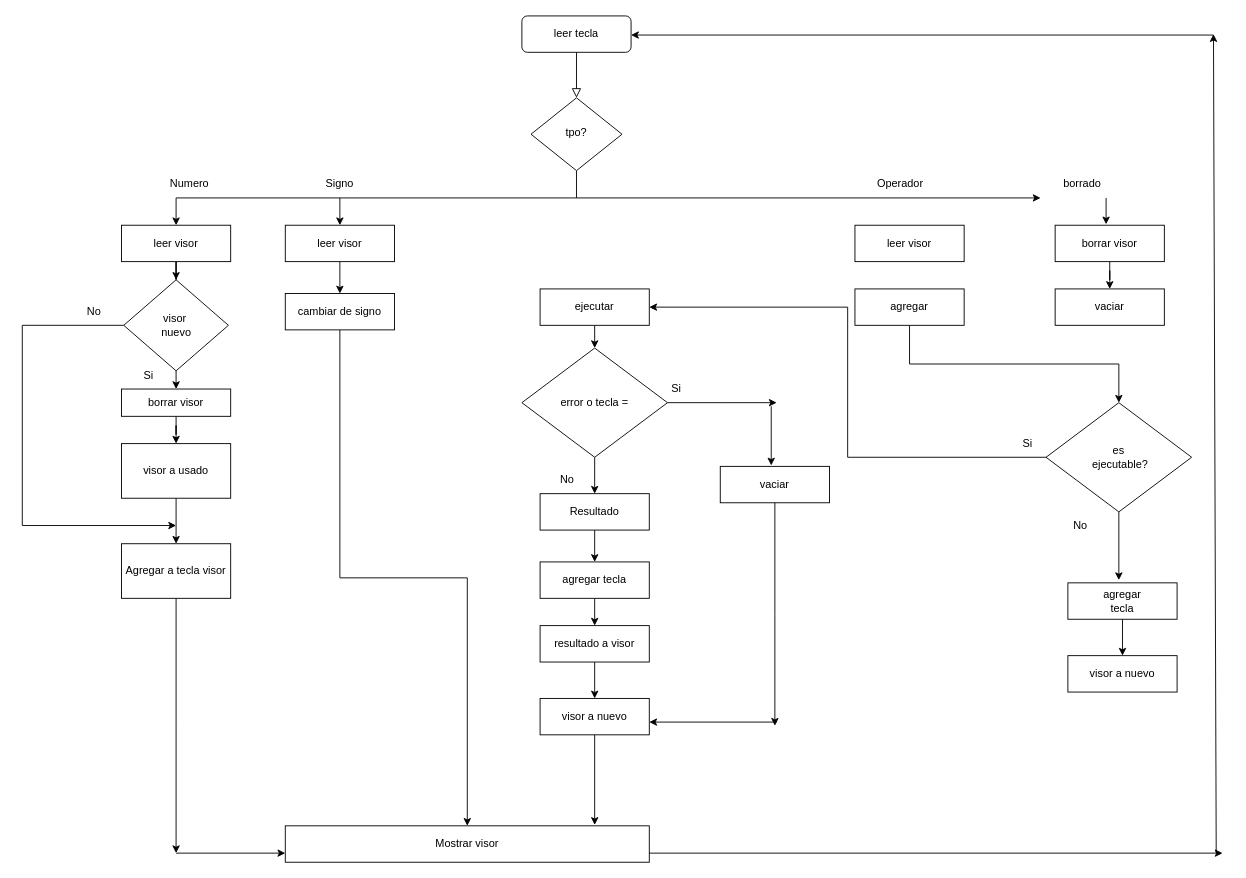
Before: documentacion/Diagrama sin título.drawio in Macata47/P3-CALCULADORA-FINANCIERA, a draw.io diagram. Source tidied: cells renumbered, new cells numbered last; positions are measured from the earlier drawing's top-left corner, leaving out a move shared by most shapes. Both pictures are drawn from the tidied source at 91%, with x=0, y=0 at pixel (22, 15).
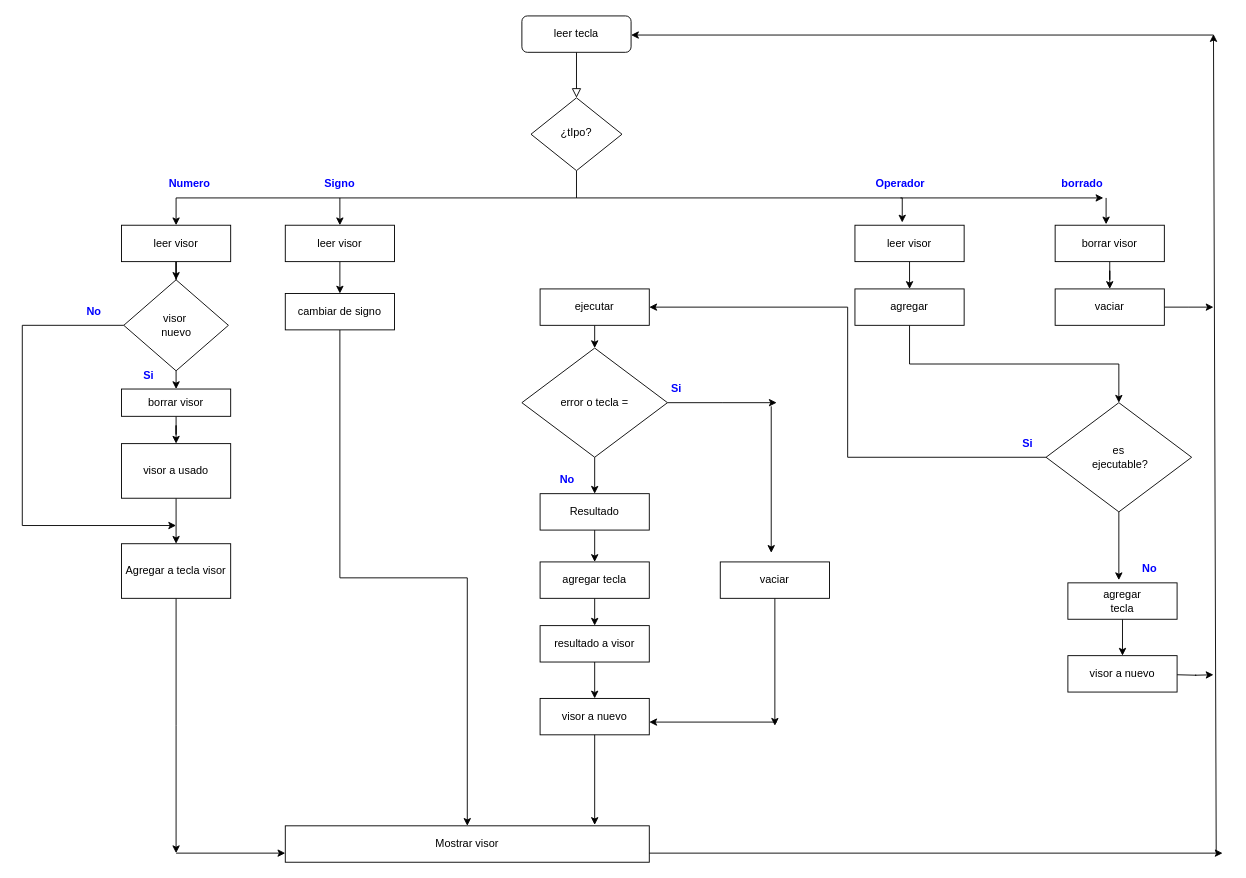
Above is the later version.

The change refers to these unchanged cells:
```xml
<mxCell id="28" value="leer visor" style="rounded=0;whiteSpace=wrap;html=1;" parent="1" vertex="1">
  <mxGeometry x="915" y="230" width="120" height="40" as="geometry" />
</mxCell>
<mxCell id="32" value="agregar" style="rounded=0;whiteSpace=wrap;html=1;" parent="1" vertex="1">
  <mxGeometry x="915" y="300" width="120" height="40" as="geometry" />
</mxCell>
<mxCell id="33" value="vaciar" style="rounded=0;whiteSpace=wrap;html=1;" parent="1" vertex="1">
  <mxGeometry x="1135" y="300" width="120" height="40" as="geometry" />
</mxCell>
```

Change to the diagram source:
```diff
@@
-    <mxCell id="5" value="tpo?" style="rhombus;whiteSpace=wrap;html=1;shadow=0;fontFamily=Helvetica;fontSize=12;align=center;strokeWidth=1;spacing=6;spacingTop=-4;" parent="1" vertex="1">
+    <mxCell id="5" value="¿tIpo?" style="rhombus;whiteSpace=wrap;html=1;shadow=0;fontFamily=Helvetica;fontSize=12;align=center;strokeWidth=1;spacing=6;spacingTop=-4;" parent="1" vertex="1">
       <mxGeometry x="559" y="90" width="100" height="80" as="geometry" />
     </mxCell>
@@
-    <mxCell id="17" value="Si" style="text;html=1;strokeColor=none;fillColor=none;align=center;verticalAlign=middle;whiteSpace=wrap;rounded=0;" parent="1" vertex="1">
+    <mxCell id="17" value="Si" style="text;html=1;strokeColor=none;fillColor=none;align=center;verticalAlign=middle;whiteSpace=wrap;rounded=0;fontColor=#0000FF;fontStyle=1;" parent="1" vertex="1">
       <mxGeometry x="109" y="380" width="60" height="30" as="geometry" />
     </mxCell>
-    <mxCell id="18" value="No" style="text;html=1;strokeColor=none;fillColor=none;align=center;verticalAlign=middle;whiteSpace=wrap;rounded=0;" parent="1" vertex="1">
+    <mxCell id="18" value="No" style="text;html=1;strokeColor=none;fillColor=none;align=center;verticalAlign=middle;whiteSpace=wrap;rounded=0;fontColor=#0000FF;fontStyle=1;" parent="1" vertex="1">
       <mxGeometry x="49" y="310" width="60" height="30" as="geometry" />
     </mxCell>
-    <mxCell id="19" value="Numero" style="text;html=1;strokeColor=none;fillColor=none;align=center;verticalAlign=middle;whiteSpace=wrap;rounded=0;" parent="1" vertex="1">
+    <mxCell id="19" value="Numero" style="text;html=1;strokeColor=none;fillColor=none;align=center;verticalAlign=middle;whiteSpace=wrap;rounded=0;fontColor=#0000FF;fontStyle=1;" parent="1" vertex="1">
       <mxGeometry x="154" y="170" width="60" height="30" as="geometry" />
     </mxCell>
@@
-    <mxCell id="25" value="Signo" style="text;html=1;strokeColor=none;fillColor=none;align=center;verticalAlign=middle;whiteSpace=wrap;rounded=0;" parent="1" vertex="1">
+    <mxCell id="25" value="Signo" style="text;html=1;strokeColor=none;fillColor=none;align=center;verticalAlign=middle;whiteSpace=wrap;rounded=0;fontColor=#0000FF;fontStyle=1;" parent="1" vertex="1">
       <mxGeometry x="319" y="170" width="60" height="30" as="geometry" />
     </mxCell>
@@
-    <mxCell id="27" style="endArrow=classic;html=1;rounded=0;" parent="1" edge="1">
+    <mxCell id="27" style="endArrow=classic;html=1;rounded=0;entryX=0.883;entryY=1;entryDx=0;entryDy=0;entryPerimeter=0;" parent="1" edge="1" target="39">
       <mxGeometry relative="1" as="geometry">
         <mxPoint x="609" y="200" as="sourcePoint" />
-        <mxPoint x="1119" y="200" as="targetPoint" />
       </mxGeometry>
     </mxCell>
+    <mxCell id="68" style="edgeStyle=orthogonalEdgeStyle;rounded=0;jettySize=auto;html=1;exitX=0.5;exitY=1;exitDx=0;exitDy=0;entryX=0.5;entryY=0;entryDx=0;entryDy=0;" parent="1" edge="1" source="28" target="32">
+      <mxGeometry relative="1" as="geometry" />
+    </mxCell>
@@
+    <mxCell id="69" style="edgeStyle=orthogonalEdgeStyle;rounded=0;jettySize=auto;html=1;exitX=1;exitY=0.5;exitDx=0;exitDy=0;" parent="1" edge="1" source="33">
+      <mxGeometry relative="1" as="geometry">
+        <mxPoint x="1309" y="320" as="targetPoint" />
+      </mxGeometry>
+    </mxCell>
@@
-    <mxCell id="38" value="Operador" style="text;html=1;strokeColor=none;fillColor=none;align=center;verticalAlign=middle;whiteSpace=wrap;rounded=0;" parent="1" vertex="1">
+    <mxCell id="38" value="Operador" style="text;html=1;strokeColor=none;fillColor=none;align=center;verticalAlign=middle;whiteSpace=wrap;rounded=0;fontColor=#0000FF;fontStyle=1;" parent="1" vertex="1">
       <mxGeometry x="935" y="170" width="60" height="30" as="geometry" />
     </mxCell>
-    <mxCell id="39" value="borrado" style="text;html=1;strokeColor=none;fillColor=none;align=center;verticalAlign=middle;whiteSpace=wrap;rounded=0;" parent="1" vertex="1">
+    <mxCell id="39" value="borrado" style="text;html=1;strokeColor=none;fillColor=none;align=center;verticalAlign=middle;whiteSpace=wrap;rounded=0;fontColor=#0000FF;fontStyle=1;" parent="1" vertex="1">
       <mxGeometry x="1135" y="170" width="60" height="30" as="geometry" />
     </mxCell>
@@
+    <mxCell id="70" style="edgeStyle=orthogonalEdgeStyle;rounded=0;orthogonalLoop=1;jettySize=auto;html=1;exitX=1;exitY=0.75;exitDx=0;exitDy=0;" parent="1" edge="1">
+      <mxGeometry relative="1" as="geometry">
+        <mxPoint x="1269" y="724" as="sourcePoint" />
+        <mxPoint x="1309" y="724" as="targetPoint" />
+      </mxGeometry>
+    </mxCell>
@@
     <mxCell id="55" value="vaciar" style="rounded=0;whiteSpace=wrap;html=1;" parent="1" vertex="1">
-      <mxGeometry x="767" y="495" width="120" height="40" as="geometry" />
+      <mxGeometry x="767" y="600" width="120" height="40" as="geometry" />
     </mxCell>
@@
-    <mxCell id="59" value="No" style="text;html=1;strokeColor=none;fillColor=none;align=center;verticalAlign=middle;whiteSpace=wrap;rounded=0;" parent="1" vertex="1">
+    <mxCell id="59" value="No" style="text;html=1;strokeColor=none;fillColor=none;align=center;verticalAlign=middle;whiteSpace=wrap;rounded=0;fontColor=#0000FF;fontStyle=1;" parent="1" vertex="1">
       <mxGeometry x="569" y="495" width="60" height="30" as="geometry" />
     </mxCell>
-    <mxCell id="60" value="Si" style="text;html=1;strokeColor=none;fillColor=none;align=center;verticalAlign=middle;whiteSpace=wrap;rounded=0;" parent="1" vertex="1">
+    <mxCell id="60" value="Si" style="text;html=1;strokeColor=none;fillColor=none;align=center;verticalAlign=middle;whiteSpace=wrap;rounded=0;fontColor=#0000FF;fontStyle=1;" parent="1" vertex="1">
       <mxGeometry x="689" y="395" width="60" height="30" as="geometry" />
     </mxCell>
     <mxCell id="61" style="endArrow=classic;html=1;rounded=0;" parent="1" edge="1">
       <mxGeometry relative="1" as="geometry">
         <mxPoint x="823" y="429" as="sourcePoint" />
-        <mxPoint x="823" y="494" as="targetPoint" />
+        <mxPoint x="823" y="590" as="targetPoint" />
       </mxGeometry>
     </mxCell>
@@
-    <mxCell id="63" value="Si" style="text;html=1;strokeColor=none;fillColor=none;align=center;verticalAlign=middle;whiteSpace=wrap;rounded=0;" parent="1" vertex="1">
+    <mxCell id="63" value="Si" style="text;html=1;strokeColor=none;fillColor=none;align=center;verticalAlign=middle;whiteSpace=wrap;rounded=0;fontColor=#0000FF;fontStyle=1;" parent="1" vertex="1">
       <mxGeometry x="1075" y="455" width="60" height="30" as="geometry" />
     </mxCell>
-    <mxCell id="64" value="No" style="text;html=1;strokeColor=none;fillColor=none;align=center;verticalAlign=middle;whiteSpace=wrap;rounded=0;" parent="1" vertex="1">
-      <mxGeometry x="1133" y="545" width="60" height="30" as="geometry" />
+    <mxCell id="64" value="No" style="text;html=1;strokeColor=none;fillColor=none;align=center;verticalAlign=middle;whiteSpace=wrap;rounded=0;fontColor=#0000FF;fontStyle=1;" parent="1" vertex="1">
+      <mxGeometry x="1209" y="593" width="60" height="30" as="geometry" />
     </mxCell>
@@
+    <mxCell id="71" style="edgeStyle=orthogonalEdgeStyle;rounded=0;jettySize=auto;html=1;exitX=0.5;exitY=1;exitDx=0;exitDy=0;entryX=0.433;entryY=-0.075;entryDx=0;entryDy=0;entryPerimeter=0;" parent="1" edge="1" source="38" target="28">
+      <mxGeometry relative="1" as="geometry" />
+    </mxCell>
```
